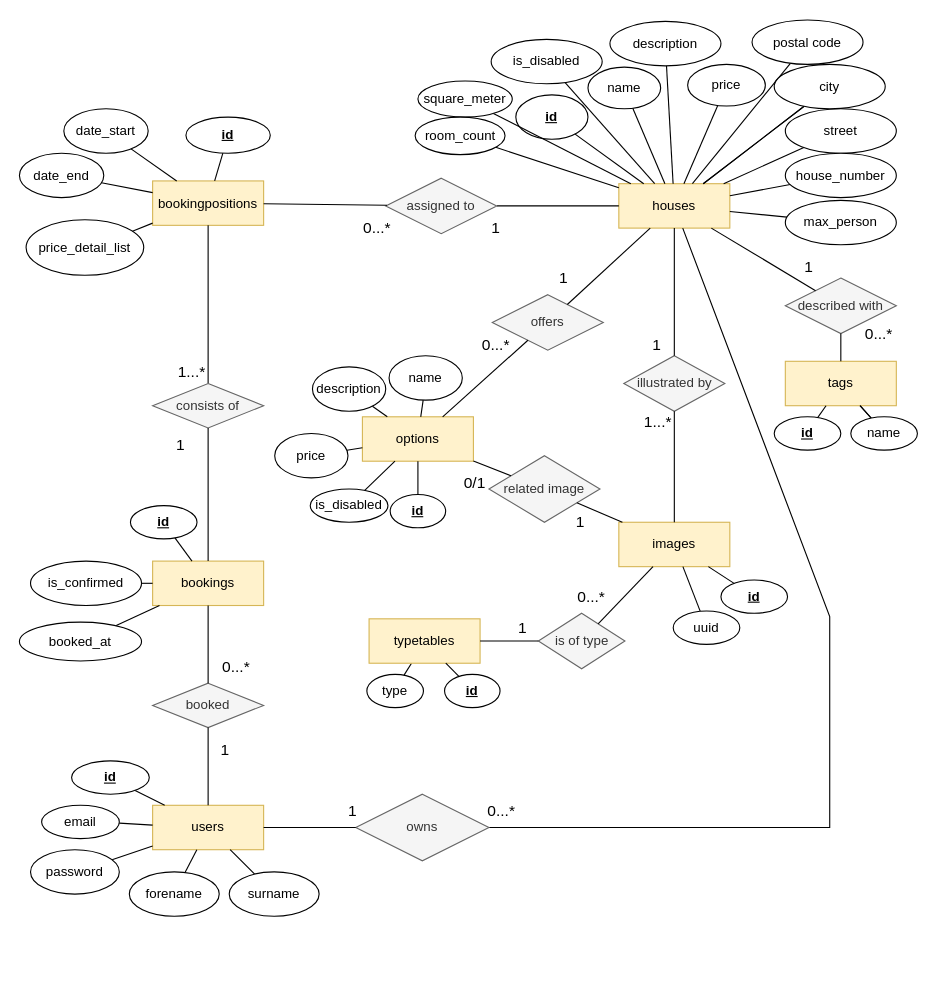
This is database/ER-Diagram.drawio from eXtgmA/vacation_rental, a draw.io file, before an edit. Source tidied: cells renumbered, new cells numbered last; positions are measured from the earlier drawing's top-left corner, leaving out a move shared by most shapes. Both pictures are drawn from the tidied source at 111%, with x=0, y=0 at pixel (19, 19).
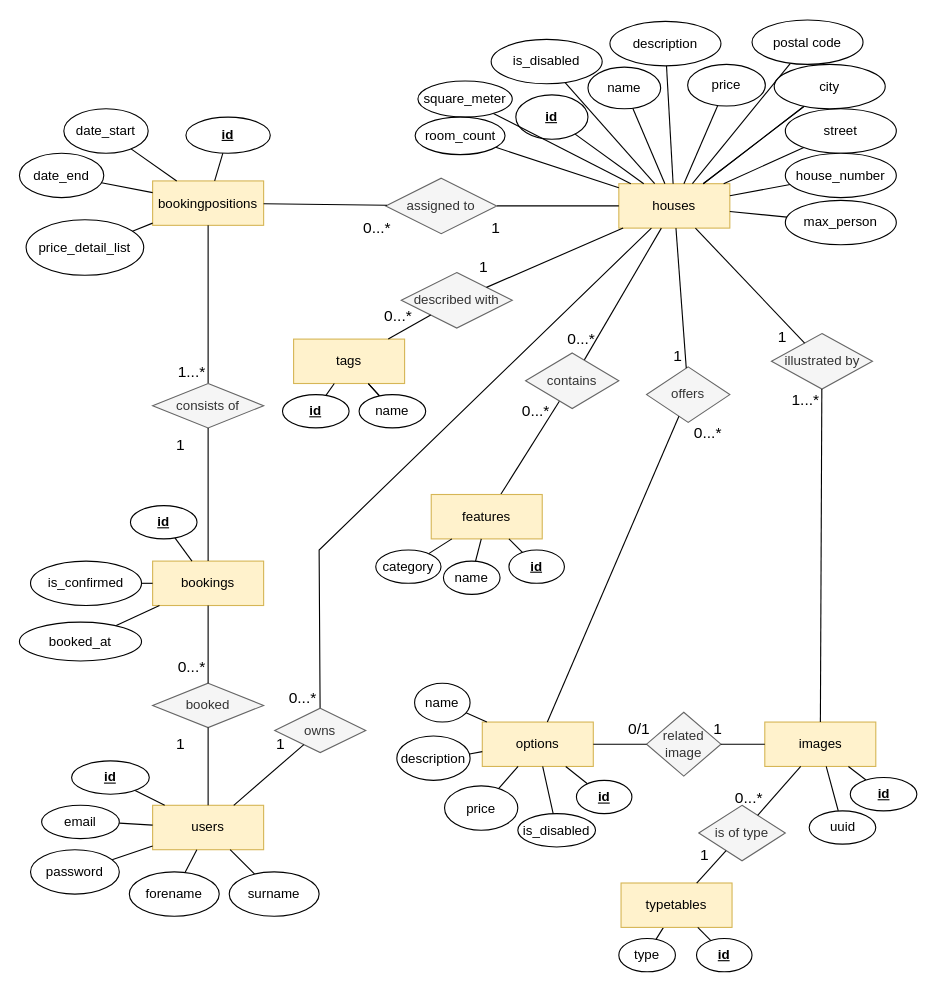
Above is the later version.

Commit message:
Add table features to ER diagram - change layout

Unchanged cells that the change refers to:
```xml
<mxCell id="21" value="houses" style="whiteSpace=wrap;html=1;align=center;fillColor=#fff2cc;strokeColor=#d6b656;" parent="1" vertex="1">
  <mxGeometry x="540" y="148" width="100" height="40" as="geometry" />
</mxCell>
```

The edit, as a diff of the source:
```diff
@@
     <mxCell id="13" value="tags" style="whiteSpace=wrap;html=1;align=center;fillColor=#fff2cc;strokeColor=#d6b656;" parent="1" vertex="1">
-      <mxGeometry x="690" y="308" width="100" height="40" as="geometry" />
+      <mxGeometry x="247" y="288" width="100" height="40" as="geometry" />
     </mxCell>
@@
     <mxCell id="15" value="&lt;b&gt;&lt;u&gt;id&lt;/u&gt;&lt;/b&gt;" style="ellipse;whiteSpace=wrap;html=1;align=center;" parent="1" vertex="1">
-      <mxGeometry x="680" y="358" width="60" height="30" as="geometry" />
+      <mxGeometry x="237" y="338" width="60" height="30" as="geometry" />
     </mxCell>
@@
     <mxCell id="33" style="rounded=0;jettySize=auto;html=1;endArrow=none;endFill=0;" parent="1" edge="1" source="34" target="21">
       <mxGeometry relative="1" as="geometry">
         <Array as="points">
-          <mxPoint x="730" y="728" />
-          <mxPoint x="730" y="538" />
+          <mxPoint x="270" y="478" />
         </Array>
       </mxGeometry>
     </mxCell>
     <mxCell id="34" value="owns" style="shape=rhombus;perimeter=rhombusPerimeter;whiteSpace=wrap;html=1;align=center;fillColor=#f5f5f5;strokeColor=#666666;fontColor=#333333;" parent="1" vertex="1">
-      <mxGeometry x="303" y="698" width="120" height="60" as="geometry" />
+      <mxGeometry x="230" y="620.5" width="82" height="40" as="geometry" />
     </mxCell>
@@
     <mxCell id="47" value="described with" style="shape=rhombus;perimeter=rhombusPerimeter;whiteSpace=wrap;html=1;align=center;fillColor=#f5f5f5;fontColor=#333333;strokeColor=#666666;" parent="1" vertex="1">
-      <mxGeometry x="690" y="233" width="100" height="50" as="geometry" />
+      <mxGeometry x="344" y="228" width="100" height="50" as="geometry" />
     </mxCell>
@@
     <mxCell id="60" value="images" style="whiteSpace=wrap;html=1;align=center;fillColor=#fff2cc;strokeColor=#d6b656;" parent="1" vertex="1">
-      <mxGeometry x="540" y="453" width="100" height="40" as="geometry" />
+      <mxGeometry x="671.5" y="633" width="100" height="40" as="geometry" />
     </mxCell>
@@
     <mxCell id="62" value="&lt;b&gt;&lt;u&gt;id&lt;/u&gt;&lt;/b&gt;" style="ellipse;whiteSpace=wrap;html=1;align=center;" parent="1" vertex="1">
-      <mxGeometry x="632" y="505" width="60" height="30" as="geometry" />
+      <mxGeometry x="748.5" y="683" width="60" height="30" as="geometry" />
     </mxCell>
     <mxCell id="63" value="illustrated by" style="shape=rhombus;perimeter=rhombusPerimeter;whiteSpace=wrap;html=1;align=center;fillColor=#f5f5f5;strokeColor=#666666;fontColor=#333333;" parent="1" vertex="1">
-      <mxGeometry x="544.5" y="303" width="91" height="50" as="geometry" />
+      <mxGeometry x="677.5" y="283" width="91" height="50" as="geometry" />
     </mxCell>
@@
     <mxCell id="69" value="name" style="ellipse;whiteSpace=wrap;html=1;align=center;" parent="1" vertex="1">
-      <mxGeometry x="749" y="358" width="60" height="30" as="geometry" />
+      <mxGeometry x="306" y="338" width="60" height="30" as="geometry" />
     </mxCell>
@@
     <mxCell id="74" value="options" style="whiteSpace=wrap;html=1;align=center;fillColor=#fff2cc;strokeColor=#d6b656;" parent="1" vertex="1">
-      <mxGeometry x="309" y="358" width="100" height="40" as="geometry" />
+      <mxGeometry x="417" y="633" width="100" height="40" as="geometry" />
     </mxCell>
     <mxCell id="75" value="is_disabled" style="ellipse;whiteSpace=wrap;html=1;align=center;" parent="1" vertex="1">
-      <mxGeometry x="262" y="423" width="70" height="30" as="geometry" />
+      <mxGeometry x="449" y="715.5" width="70" height="30" as="geometry" />
     </mxCell>
@@
     <mxCell id="80" value="type" style="ellipse;whiteSpace=wrap;html=1;align=center;" parent="1" vertex="1">
-      <mxGeometry x="313" y="590" width="51" height="30" as="geometry" />
+      <mxGeometry x="540" y="828" width="51" height="30" as="geometry" />
     </mxCell>
@@
     <mxCell id="82" value="uuid" style="ellipse;whiteSpace=wrap;html=1;align=center;" parent="1" vertex="1">
-      <mxGeometry x="589" y="533" width="60" height="30" as="geometry" />
+      <mxGeometry x="711.5" y="713" width="60" height="30" as="geometry" />
     </mxCell>
     <mxCell id="83" value="typetables" style="whiteSpace=wrap;html=1;align=center;fillColor=#fff2cc;strokeColor=#d6b656;" parent="1" vertex="1">
-      <mxGeometry x="315" y="540" width="100" height="40" as="geometry" />
+      <mxGeometry x="542" y="778" width="100" height="40" as="geometry" />
     </mxCell>
     <mxCell id="84" value="is of type" style="shape=rhombus;perimeter=rhombusPerimeter;whiteSpace=wrap;html=1;align=center;fillColor=#f5f5f5;strokeColor=#666666;fontColor=#333333;" parent="1" vertex="1">
-      <mxGeometry x="467.5" y="535" width="78" height="50" as="geometry" />
+      <mxGeometry x="612" y="708" width="78" height="50" as="geometry" />
     </mxCell>
@@
     <mxCell id="86" value="&lt;b&gt;&lt;u&gt;id&lt;/u&gt;&lt;/b&gt;" style="ellipse;whiteSpace=wrap;html=1;align=center;" parent="1" vertex="1">
-      <mxGeometry x="383" y="590" width="50" height="30" as="geometry" />
+      <mxGeometry x="610" y="828" width="50" height="30" as="geometry" />
     </mxCell>
@@
     <mxCell id="89" value="related image" style="shape=rhombus;perimeter=rhombusPerimeter;whiteSpace=wrap;html=1;align=center;fillColor=#f5f5f5;strokeColor=#666666;fontColor=#333333;" parent="1" vertex="1">
-      <mxGeometry x="423" y="393" width="100" height="60" as="geometry" />
+      <mxGeometry x="565" y="624.2" width="67" height="57.5" as="geometry" />
     </mxCell>
@@
     <mxCell id="93" value="name" style="ellipse;whiteSpace=wrap;html=1;align=center;" parent="1" vertex="1">
-      <mxGeometry x="333" y="303" width="66" height="40" as="geometry" />
+      <mxGeometry x="356" y="598" width="50" height="35" as="geometry" />
     </mxCell>
@@
     <mxCell id="95" value="price" style="ellipse;whiteSpace=wrap;html=1;align=center;" parent="1" vertex="1">
-      <mxGeometry x="230" y="373" width="66" height="40" as="geometry" />
+      <mxGeometry x="383" y="690.5" width="66" height="40" as="geometry" />
     </mxCell>
@@
     <mxCell id="97" value="description" style="ellipse;whiteSpace=wrap;html=1;align=center;" parent="1" vertex="1">
-      <mxGeometry x="264" y="313" width="66" height="40" as="geometry" />
+      <mxGeometry x="340" y="645.5" width="66" height="40" as="geometry" />
     </mxCell>
     <mxCell id="98" value="&lt;font style=&quot;font-size: 14px;&quot;&gt;0...*&lt;/font&gt;" style="text;html=1;align=center;verticalAlign=middle;strokeColor=none;fillColor=none;fontSize=14;" parent="1" vertex="1">
-      <mxGeometry x="409" y="698" width="50" height="30" as="geometry" />
+      <mxGeometry x="230" y="595.5" width="50" height="30" as="geometry" />
     </mxCell>
     <mxCell id="99" value="&lt;font style=&quot;font-size: 14px;&quot;&gt;1&lt;/font&gt;" style="text;html=1;align=center;verticalAlign=middle;strokeColor=none;fillColor=none;fontSize=14;" parent="1" vertex="1">
-      <mxGeometry x="285" y="698" width="30" height="30" as="geometry" />
+      <mxGeometry x="220" y="638" width="30" height="30" as="geometry" />
     </mxCell>
@@
     <mxCell id="104" value="&lt;font style=&quot;font-size: 14px;&quot;&gt;1&lt;/font&gt;" style="text;html=1;align=center;verticalAlign=middle;strokeColor=none;fillColor=none;fontSize=14;" parent="1" vertex="1">
-      <mxGeometry x="170" y="643" width="30" height="30" as="geometry" />
+      <mxGeometry x="130" y="638" width="30" height="30" as="geometry" />
     </mxCell>
     <mxCell id="105" value="&lt;font style=&quot;font-size: 14px;&quot;&gt;0...*&lt;/font&gt;" style="text;html=1;align=center;verticalAlign=middle;strokeColor=none;fillColor=none;fontSize=14;" parent="1" vertex="1">
-      <mxGeometry x="170" y="568" width="50" height="30" as="geometry" />
+      <mxGeometry x="130" y="568" width="50" height="30" as="geometry" />
     </mxCell>
     <mxCell id="106" value="&lt;font style=&quot;font-size: 14px;&quot;&gt;1&lt;/font&gt;" style="text;html=1;align=center;verticalAlign=middle;strokeColor=none;fillColor=none;fontSize=14;" parent="1" vertex="1">
-      <mxGeometry x="695.5" y="208" width="30" height="30" as="geometry" />
+      <mxGeometry x="403" y="208" width="30" height="30" as="geometry" />
     </mxCell>
     <mxCell id="107" value="&lt;font style=&quot;font-size: 14px;&quot;&gt;0...*&lt;/font&gt;" style="text;html=1;align=center;verticalAlign=middle;strokeColor=none;fillColor=none;fontSize=14;" parent="1" vertex="1">
-      <mxGeometry x="749" y="268" width="50" height="30" as="geometry" />
+      <mxGeometry x="316" y="251.8" width="50" height="30" as="geometry" />
     </mxCell>
     <mxCell id="108" value="&lt;font style=&quot;font-size: 14px;&quot;&gt;1&lt;/font&gt;" style="text;html=1;align=center;verticalAlign=middle;strokeColor=none;fillColor=none;fontSize=14;" parent="1" vertex="1">
-      <mxGeometry x="559" y="278" width="30" height="30" as="geometry" />
+      <mxGeometry x="671.5" y="270.5" width="30" height="30" as="geometry" />
     </mxCell>
     <mxCell id="109" value="&lt;font style=&quot;font-size: 14px;&quot;&gt;1...*&lt;/font&gt;" style="text;html=1;align=center;verticalAlign=middle;strokeColor=none;fillColor=none;fontSize=14;" parent="1" vertex="1">
-      <mxGeometry x="550" y="348" width="50" height="30" as="geometry" />
+      <mxGeometry x="683" y="328" width="50" height="30" as="geometry" />
     </mxCell>
     <mxCell id="110" value="&lt;font style=&quot;font-size: 14px;&quot;&gt;1&lt;/font&gt;" style="text;html=1;align=center;verticalAlign=middle;strokeColor=none;fillColor=none;fontSize=14;" parent="1" vertex="1">
-      <mxGeometry x="437.5" y="533" width="30" height="30" as="geometry" />
+      <mxGeometry x="602" y="738" width="30" height="30" as="geometry" />
     </mxCell>
     <mxCell id="111" value="&lt;font style=&quot;font-size: 14px;&quot;&gt;0...*&lt;/font&gt;" style="text;html=1;align=center;verticalAlign=middle;strokeColor=none;fillColor=none;fontSize=14;" parent="1" vertex="1">
-      <mxGeometry x="490" y="505" width="50" height="30" as="geometry" />
+      <mxGeometry x="632" y="685.5" width="50" height="30" as="geometry" />
     </mxCell>
     <mxCell id="112" value="&lt;font style=&quot;font-size: 14px;&quot;&gt;1&lt;/font&gt;" style="text;html=1;align=center;verticalAlign=middle;strokeColor=none;fillColor=none;fontSize=14;" parent="1" vertex="1">
-      <mxGeometry x="490" y="438" width="30" height="30" as="geometry" />
+      <mxGeometry x="613.5" y="624.2" width="30" height="30" as="geometry" />
     </mxCell>
     <mxCell id="113" value="&lt;font style=&quot;font-size: 14px;&quot;&gt;0/1&lt;/font&gt;" style="text;html=1;align=center;verticalAlign=middle;strokeColor=none;fillColor=none;fontSize=14;" parent="1" vertex="1">
-      <mxGeometry x="390" y="403" width="40" height="30" as="geometry" />
+      <mxGeometry x="537.8" y="624.2" width="40" height="30" as="geometry" />
     </mxCell>
@@
     <mxCell id="116" value="offers" style="shape=rhombus;perimeter=rhombusPerimeter;whiteSpace=wrap;html=1;align=center;fillColor=#f5f5f5;strokeColor=#666666;fontColor=#333333;" parent="1" vertex="1">
-      <mxGeometry x="426" y="248" width="100" height="50" as="geometry" />
+      <mxGeometry x="565" y="313" width="75" height="50" as="geometry" />
     </mxCell>
@@
     <mxCell id="119" value="&lt;font style=&quot;font-size: 14px;&quot;&gt;1&lt;/font&gt;" style="text;html=1;align=center;verticalAlign=middle;strokeColor=none;fillColor=none;fontSize=14;" parent="1" vertex="1">
-      <mxGeometry x="475" y="218" width="30" height="30" as="geometry" />
+      <mxGeometry x="578" y="288" width="30" height="30" as="geometry" />
     </mxCell>
     <mxCell id="120" value="&lt;font style=&quot;font-size: 14px;&quot;&gt;0...*&lt;/font&gt;" style="text;html=1;align=center;verticalAlign=middle;strokeColor=none;fillColor=none;fontSize=14;" parent="1" vertex="1">
-      <mxGeometry x="404" y="278" width="50" height="30" as="geometry" />
+      <mxGeometry x="595" y="358" width="50" height="30" as="geometry" />
     </mxCell>
@@
     <mxCell id="122" value="&lt;b&gt;&lt;u&gt;id&lt;/u&gt;&lt;/b&gt;" style="ellipse;whiteSpace=wrap;html=1;align=center;" parent="1" vertex="1">
-      <mxGeometry x="334" y="428" width="50" height="30" as="geometry" />
+      <mxGeometry x="501.8" y="685.5" width="50" height="30" as="geometry" />
     </mxCell>
@@
+    <mxCell id="127" style="rounded=0;jettySize=auto;html=1;endArrow=none;endFill=0;" parent="1" edge="1" source="128" target="136">
+      <mxGeometry relative="1" as="geometry" />
+    </mxCell>
+    <mxCell id="128" value="features" style="whiteSpace=wrap;html=1;align=center;fillColor=#fff2cc;strokeColor=#d6b656;" parent="1" vertex="1">
+      <mxGeometry x="371" y="428" width="100" height="40" as="geometry" />
+    </mxCell>
+    <mxCell id="129" style="rounded=0;jettySize=auto;html=1;endArrow=none;endFill=0;" parent="1" edge="1" source="130" target="128">
+      <mxGeometry relative="1" as="geometry" />
+    </mxCell>
+    <mxCell id="130" value="&lt;b&gt;&lt;u&gt;id&lt;/u&gt;&lt;/b&gt;" style="ellipse;whiteSpace=wrap;html=1;align=center;" parent="1" vertex="1">
+      <mxGeometry x="441" y="478" width="50" height="30" as="geometry" />
+    </mxCell>
+    <mxCell id="131" style="rounded=0;jettySize=auto;html=1;endArrow=none;endFill=0;" parent="1" edge="1" source="132" target="128">
+      <mxGeometry relative="1" as="geometry" />
+    </mxCell>
+    <mxCell id="132" value="name" style="ellipse;whiteSpace=wrap;html=1;align=center;" parent="1" vertex="1">
+      <mxGeometry x="382" y="488" width="51" height="30" as="geometry" />
+    </mxCell>
+    <mxCell id="133" style="rounded=0;jettySize=auto;html=1;endArrow=none;endFill=0;" parent="1" edge="1" source="134" target="128">
+      <mxGeometry relative="1" as="geometry" />
+    </mxCell>
+    <mxCell id="134" value="category" style="ellipse;whiteSpace=wrap;html=1;align=center;" parent="1" vertex="1">
+      <mxGeometry x="321" y="478" width="58.8" height="30" as="geometry" />
+    </mxCell>
+    <mxCell id="135" style="rounded=0;jettySize=auto;html=1;endArrow=none;endFill=0;" parent="1" edge="1" source="136" target="21">
+      <mxGeometry relative="1" as="geometry" />
+    </mxCell>
+    <mxCell id="136" value="contains" style="shape=rhombus;perimeter=rhombusPerimeter;whiteSpace=wrap;html=1;align=center;fillColor=#f5f5f5;strokeColor=#666666;fontColor=#333333;" parent="1" vertex="1">
+      <mxGeometry x="456" y="300.5" width="84" height="50" as="geometry" />
+    </mxCell>
+    <mxCell id="137" value="&lt;font style=&quot;font-size: 14px;&quot;&gt;0...*&lt;/font&gt;" style="text;html=1;align=center;verticalAlign=middle;strokeColor=none;fillColor=none;fontSize=14;" parent="1" vertex="1">
+      <mxGeometry x="480.8" y="273" width="50" height="30" as="geometry" />
+    </mxCell>
+    <mxCell id="138" value="&lt;font style=&quot;font-size: 14px;&quot;&gt;0...*&lt;/font&gt;" style="text;html=1;align=center;verticalAlign=middle;strokeColor=none;fillColor=none;fontSize=14;" parent="1" vertex="1">
+      <mxGeometry x="440" y="338" width="50" height="30" as="geometry" />
+    </mxCell>
```
